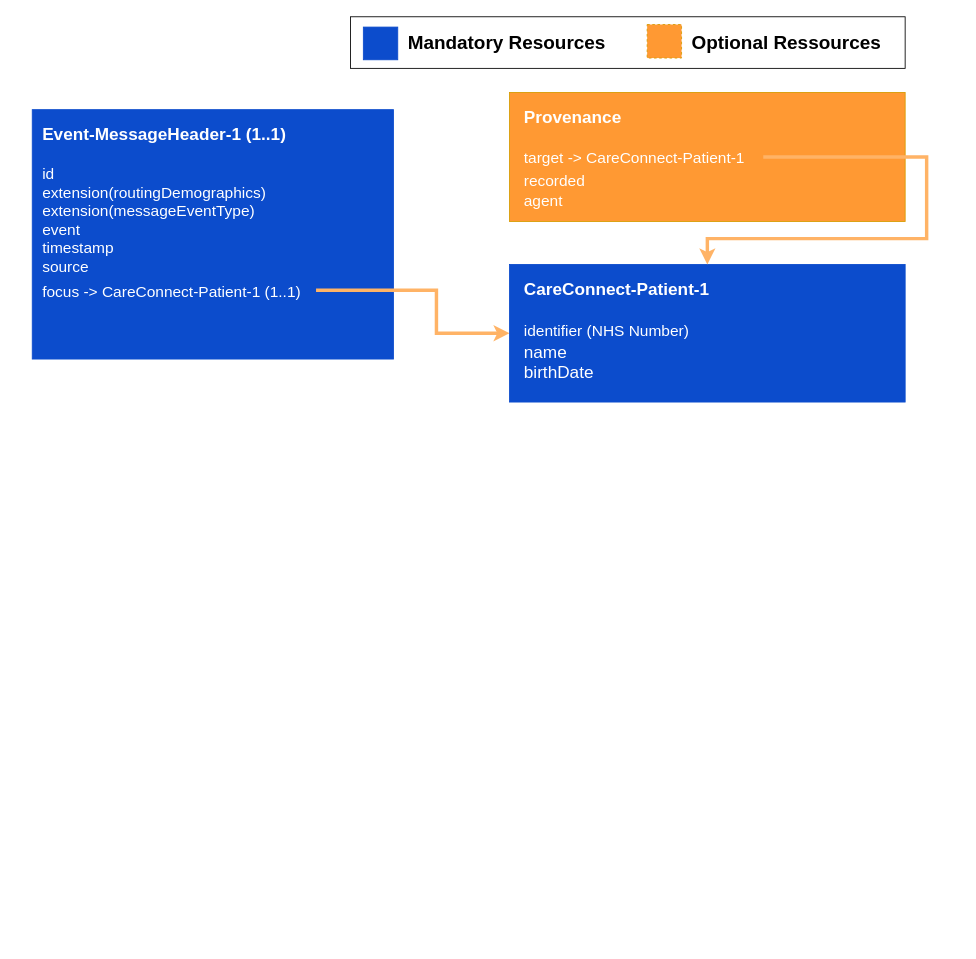
This is images/messages/pds_record_change_1.drawio from nhsconnect/Events-Management, a draw.io file, before an edit. Source tidied: cells renumbered, new cells numbered last; positions are measured from the earlier drawing's top-left corner, leaving out a move shared by most shapes. Both pictures are drawn from the tidied source at 86%, with x=0, y=0 at pixel (32, 15).
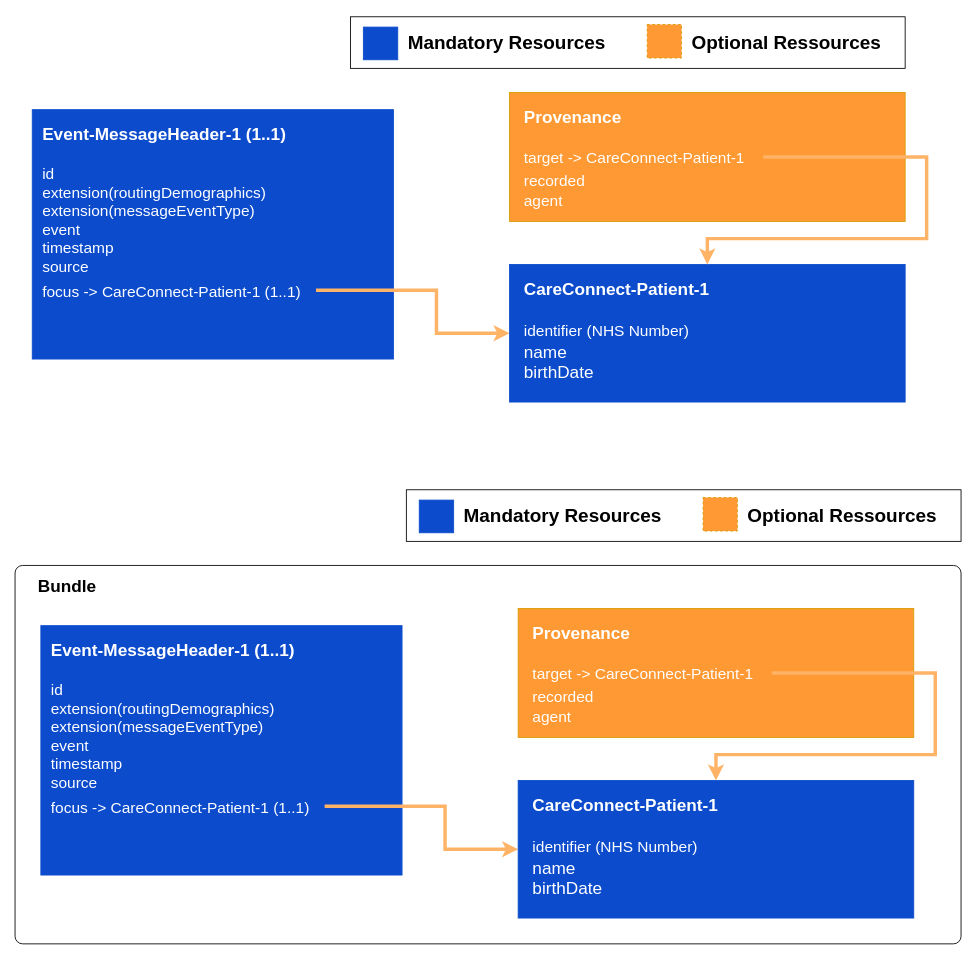
The same page after the edit.

The edit, as a diff of the source:
```diff
@@
+    <mxCell id="15" value="Bundle" style="rounded=1;whiteSpace=wrap;html=1;arcSize=2;spacingTop=5;spacingLeft=25;verticalAlign=top;align=left;fontSize=20;fontStyle=1;" parent="1" vertex="1">
+      <mxGeometry x="-20" y="640" width="1100" height="440" as="geometry" />
+    </mxCell>
@@
+    <mxCell id="16" style="rounded=0;whiteSpace=wrap;html=1;strokeColor=#000000;strokeWidth=1;fillColor=none;gradientColor=none;fontSize=90;fontColor=#000000;align=left;" parent="1" vertex="1">
+      <mxGeometry x="435" y="552" width="645" height="60" as="geometry" />
+    </mxCell>
+    <mxCell id="17" value="&lt;br style=&quot;font-size: 20px&quot;&gt;" style="rounded=0;whiteSpace=wrap;html=1;fillColor=#FF9933;fontColor=#000000;verticalAlign=top;align=left;fontSize=20;spacingLeft=10;spacingTop=10;spacingBottom=10;spacingRight=10;fontStyle=1;gradientDirection=east;dashed=1;strokeColor=#D79B00;" parent="1" vertex="1">
+      <mxGeometry x="780" y="561" width="40" height="39" as="geometry" />
+    </mxCell>
+    <mxCell id="18" value="&lt;br style=&quot;font-size: 20px&quot;&gt;" style="rounded=0;whiteSpace=wrap;html=1;fillColor=#0C4CCC;strokeColor=#0C4CCC;fontColor=#FFFFFF;verticalAlign=top;align=left;fontSize=20;spacingLeft=10;spacingTop=10;spacingBottom=10;spacingRight=10;fontStyle=1;" parent="1" vertex="1">
+      <mxGeometry x="450" y="564" width="40" height="38" as="geometry" />
+    </mxCell>
+    <mxCell id="19" value="Optional Ressources" style="text;html=1;strokeColor=none;fillColor=none;align=left;verticalAlign=middle;whiteSpace=wrap;rounded=0;dashed=1;fontSize=22;fontColor=#000000;fontStyle=1;" parent="1" vertex="1">
+      <mxGeometry x="830" y="550" width="245" height="65" as="geometry" />
+    </mxCell>
+    <mxCell id="20" value="&lt;div style=&quot;text-align: left&quot;&gt;&lt;span&gt;Mandatory Resources&lt;/span&gt;&lt;/div&gt;" style="text;html=1;strokeColor=none;fillColor=none;align=left;verticalAlign=middle;whiteSpace=wrap;rounded=0;dashed=1;fontSize=22;fontColor=#000000;fontStyle=1;" parent="1" vertex="1">
+      <mxGeometry x="500" y="550" width="245" height="65" as="geometry" />
+    </mxCell>
+    <mxCell id="21" value="Event-MessageHeader-1 (1..1)" style="rounded=0;whiteSpace=wrap;html=1;fillColor=#0C4CCC;strokeColor=#0C4CCC;fontColor=#FFFFFF;verticalAlign=top;align=left;fontSize=20;spacingLeft=10;spacingTop=10;spacingBottom=10;spacingRight=10;fontStyle=1;" parent="1" vertex="1">
+      <mxGeometry x="10" y="710" width="420" height="290" as="geometry" />
+    </mxCell>
+    <mxCell id="22" style="edgeStyle=orthogonalEdgeStyle;rounded=0;jettySize=auto;html=1;entryX=0;entryY=0.5;entryDx=0;entryDy=0;fillColor=#fff2cc;strokeColor=#FFB366;strokeWidth=4;exitX=1;exitY=0.5;exitDx=0;exitDy=0;" parent="1" edge="1" source="23" target="24">
+      <mxGeometry relative="1" as="geometry">
+        <Array as="points">
+          <mxPoint x="480" y="920" />
+          <mxPoint x="480" y="970" />
+        </Array>
+      </mxGeometry>
+    </mxCell>
+    <mxCell id="23" value="focus -&amp;gt; CareConnect-Patient-1 (1..1)" style="text;html=1;fontSize=18;fontColor=#FFFFFF;" parent="1" vertex="1">
+      <mxGeometry x="20" y="905" width="320" height="30" as="geometry" />
+    </mxCell>
+    <mxCell id="24" value="CareConnect-Patient-1&lt;br&gt;&lt;br&gt;&lt;span style=&quot;font-size: 18px ; font-weight: 400&quot;&gt;identifier (NHS Number)&lt;br&gt;&lt;/span&gt;&lt;span style=&quot;font-weight: 400&quot;&gt;name&lt;br&gt;birthDate&lt;br&gt;&lt;/span&gt;" style="rounded=0;whiteSpace=wrap;html=1;fillColor=#0C4CCC;strokeColor=#0C4CCC;fontColor=#FFFFFF;verticalAlign=top;align=left;fontSize=20;spacingLeft=15;spacingTop=10;spacingBottom=10;spacingRight=10;fontStyle=1;" parent="1" vertex="1">
+      <mxGeometry x="565" y="890" width="460" height="160" as="geometry" />
+    </mxCell>
+    <mxCell id="25" value="id&lt;br&gt;extension(routingDemographics)&lt;br&gt;extension(messageEventType)&lt;br&gt;event&lt;br&gt;timestamp&lt;br&gt;source" style="text;html=1;fontSize=18;fontColor=#FFFFFF;" parent="1" vertex="1">
+      <mxGeometry x="20" y="767.5" width="370" height="137.5" as="geometry" />
+    </mxCell>
+    <mxCell id="26" value="Provenance&lt;br&gt;&lt;br&gt;&lt;span style=&quot;font-size: 18px ; font-weight: 400&quot;&gt;&lt;br&gt;recorded&lt;br&gt;agent&lt;/span&gt;&lt;span style=&quot;font-weight: 400&quot;&gt;&lt;br&gt;&lt;/span&gt;" style="rounded=0;whiteSpace=wrap;html=1;fontColor=#FFFFFF;verticalAlign=top;align=left;fontSize=20;spacingLeft=15;spacingTop=10;spacingBottom=10;spacingRight=10;fontStyle=1;fillColor=#FF9933;strokeColor=#D79B00;" parent="1" vertex="1">
+      <mxGeometry x="565" y="690" width="460" height="150" as="geometry" />
+    </mxCell>
+    <mxCell id="27" style="edgeStyle=orthogonalEdgeStyle;rounded=0;jettySize=auto;html=1;exitX=1;exitY=0.5;exitDx=0;exitDy=0;fillColor=#dae8fc;strokeColor=#FFB366;strokeWidth=4;" parent="1" edge="1" source="28" target="24">
+      <mxGeometry relative="1" as="geometry">
+        <Array as="points">
+          <mxPoint x="1050" y="765" />
+          <mxPoint x="1050" y="860" />
+          <mxPoint x="795" y="860" />
+        </Array>
+      </mxGeometry>
+    </mxCell>
+    <mxCell id="28" value="target -&amp;gt; CareConnect-Patient-1" style="text;html=1;fontSize=18;fontColor=#FFFFFF;" parent="1" vertex="1">
+      <mxGeometry x="580" y="750" width="280" height="30" as="geometry" />
+    </mxCell>
```
